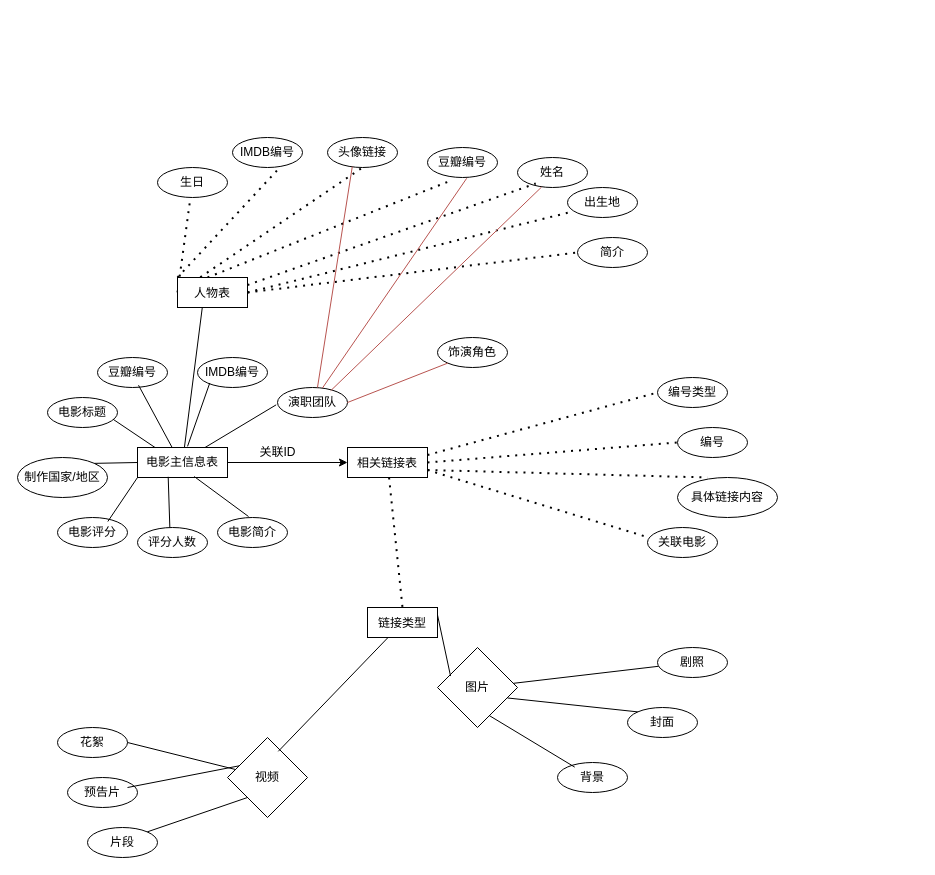
This is 未命名绘图.drawio from nikiok/honglou-datasets, a draw.io file, before an edit. Source tidied: cells renumbered, new cells numbered last; positions are measured from the earlier drawing's top-left corner, leaving out a move shared by most shapes. Both pictures are drawn from the tidied source at 100%, with x=0, y=0 at pixel (17, 137).
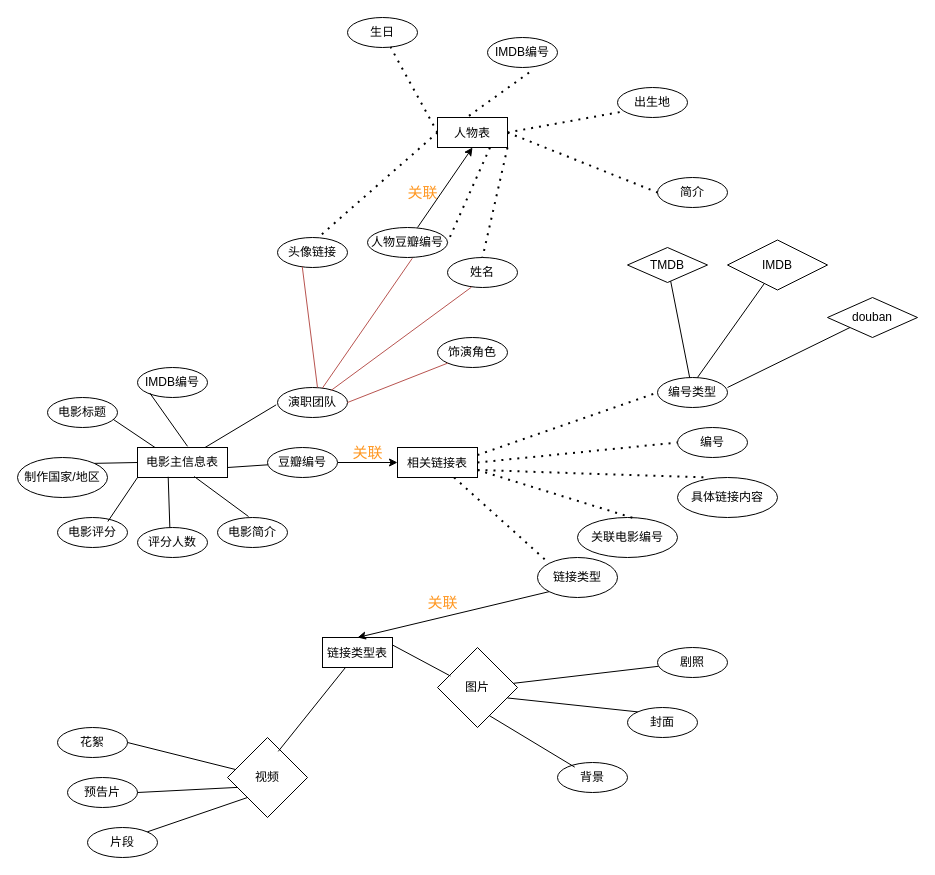
Above is the later version.

Commit message:
更新未命名绘图.drawio

The change refers to these unchanged cells:
```xml
<mxCell id="3" value="电影主信息表" style="rounded=0;whiteSpace=wrap;html=1;" parent="1" vertex="1">
  <mxGeometry x="120" y="310" width="90" height="30" as="geometry" />
</mxCell>
<mxCell id="22" value="编号类型" style="ellipse;whiteSpace=wrap;html=1;" parent="1" vertex="1">
  <mxGeometry x="640" y="240" width="70" height="30" as="geometry" />
</mxCell>
<mxCell id="28" value="预告片" style="ellipse;whiteSpace=wrap;html=1;" parent="1" vertex="1">
  <mxGeometry x="50" y="640" width="70" height="30" as="geometry" />
</mxCell>
<mxCell id="44" value="视频" style="rhombus;whiteSpace=wrap;html=1;strokeColor=default;align=center;verticalAlign=middle;fontFamily=Helvetica;fontSize=12;fontColor=default;fillColor=default;" parent="1" vertex="1">
  <mxGeometry x="210" y="600" width="80" height="80" as="geometry" />
</mxCell>
```

Diff of the diagram source:
```diff
@@
-    <mxCell id="2" style="edgeStyle=orthogonalEdgeStyle;rounded=0;jettySize=auto;html=1;entryX=0;entryY=0.5;entryDx=0;entryDy=0;fontFamily=Helvetica;fontSize=12;fontColor=default;" parent="1" edge="1" source="3" target="12">
-      <mxGeometry relative="1" as="geometry" />
-    </mxCell>
@@
+    <mxCell id="69" style="edgeStyle=orthogonalEdgeStyle;rounded=0;jettySize=auto;html=1;fontFamily=Helvetica;fontSize=12;fontColor=default;" parent="1" edge="1" source="9" target="12">
+      <mxGeometry relative="1" as="geometry" />
+    </mxCell>
     <mxCell id="9" value="豆瓣编号" style="ellipse;whiteSpace=wrap;html=1;" parent="1" vertex="1">
-      <mxGeometry x="80" y="220" width="70" height="30" as="geometry" />
+      <mxGeometry x="250" y="310" width="70" height="30" as="geometry" />
     </mxCell>
     <mxCell id="10" value="IMDB编号" style="ellipse;whiteSpace=wrap;html=1;" parent="1" vertex="1">
-      <mxGeometry x="180" y="220" width="70" height="30" as="geometry" />
+      <mxGeometry x="120" y="230" width="70" height="30" as="geometry" />
     </mxCell>
@@
-    <mxCell id="12" value="相关链接表" style="%3CmxGraphModel%3E%3Croot%3E%3CmxCell%20id%3D%220%22%2F%3E%3CmxCell%20id%3D%221%22%20parent%3D%220%22%2F%3E%3CmxCell%20id%3D%222%22%20value%3D%22%E7%9B%B8%E5%85%B3%E8%A7%86%E9%A2%91%E9%93%BE%E6%8E%A5%22%20style%3D%22ellipse%3BwhiteSpace%3Dwrap%3Bhtml%3D1%3B%22%20vertex%3D%221%22%20parent%3D%221%22%3E%3CmxGeometry%20x%3D%22310%22%20y%3D%22170%22%20width%3D%2280%22%20height%3D%2240%22%20as%3D%22geometry%22%2F%3E%3C%2FmxCell%3E%3C%2Froot%3E%3C%2FmxGraphModel%3E;" parent="1" vertex="1">
-      <mxGeometry x="330" y="310" width="80" height="30" as="geometry" />
-    </mxCell>
@@
-    <mxCell id="14" style="endArrow=none;html=1;rounded=0;entryX=0.586;entryY=0.924;entryDx=0;entryDy=0;entryPerimeter=0;exitX=0.386;exitY=0.007;exitDx=0;exitDy=0;exitPerimeter=0;" parent="1" edge="1" source="3" target="9">
-      <mxGeometry relative="1" as="geometry" />
+    <mxCell id="14" style="endArrow=none;html=1;rounded=0;" parent="1" edge="1" target="9">
+      <mxGeometry relative="1" as="geometry">
+        <mxPoint x="210" y="330" as="sourcePoint" />
+      </mxGeometry>
     </mxCell>
@@
-    <mxCell id="21" value="豆瓣编号" style="ellipse;whiteSpace=wrap;html=1;" parent="1" vertex="1">
-      <mxGeometry x="410" y="10" width="70" height="30" as="geometry" />
+    <mxCell id="21" value="人物豆瓣编号" style="ellipse;whiteSpace=wrap;html=1;" parent="1" vertex="1">
+      <mxGeometry x="350" y="90" width="80" height="30" as="geometry" />
     </mxCell>
@@
     <mxCell id="24" value="头像链接" style="ellipse;whiteSpace=wrap;html=1;" parent="1" vertex="1">
-      <mxGeometry x="310" width="70" height="30" as="geometry" />
+      <mxGeometry x="260" y="100" width="70" height="30" as="geometry" />
     </mxCell>
     <mxCell id="25" value="姓名" style="ellipse;whiteSpace=wrap;html=1;" parent="1" vertex="1">
-      <mxGeometry x="500" y="20" width="70" height="30" as="geometry" />
+      <mxGeometry x="430" y="120" width="70" height="30" as="geometry" />
     </mxCell>
@@
-    <mxCell id="33" style="endArrow=none;dashed=1;html=1;dashPattern=1 3;strokeWidth=2;rounded=0;entryX=0.5;entryY=0;entryDx=0;entryDy=0;" parent="1" edge="1" source="12" target="35">
+    <mxCell id="33" style="endArrow=none;dashed=1;html=1;dashPattern=1 3;strokeWidth=2;rounded=0;entryX=0;entryY=0;entryDx=0;entryDy=0;" parent="1" edge="1" source="12" target="70">
       <mxGeometry relative="1" as="geometry" />
     </mxCell>
@@
-    <mxCell id="35" value="链接类型" style="%3CmxGraphModel%3E%3Croot%3E%3CmxCell%20id%3D%220%22%2F%3E%3CmxCell%20id%3D%221%22%20parent%3D%220%22%2F%3E%3CmxCell%20id%3D%222%22%20value%3D%22%22%20style%3D%22endArrow%3Dnone%3Bhtml%3D1%3Brounded%3D0%3BentryX%3D-0.019%3BentryY%3D0.578%3BentryDx%3D0%3BentryDy%3D0%3BentryPerimeter%3D0%3BexitX%3D0.75%3BexitY%3D0%3BexitDx%3D0%3BexitDy%3D0%3B%22%20edge%3D%221%22%20parent%3D%221%22%3E%3CmxGeometry%20width%3D%2250%22%20height%3D%2250%22%20relative%3D%221%22%20as%3D%22geometry%22%3E%3CmxPoint%20x%3D%22218%22%20y%3D%22170%22%20as%3D%22sourcePoint%22%2F%3E%3CmxPoint%20x%3D%22289%22%20y%3D%22127%22%20as%3D%22targetPoint%22%2F%3E%3C%2FmxGeometry%3E%3C%2FmxCell%3E%3C%2Froot%3E%3C%2FmxGraphModel%3E;" parent="1" vertex="1">
-      <mxGeometry x="350" y="470" width="70" height="30" as="geometry" />
+    <mxCell id="35" value="链接类型表" style="%3CmxGraphModel%3E%3Croot%3E%3CmxCell%20id%3D%220%22%2F%3E%3CmxCell%20id%3D%221%22%20parent%3D%220%22%2F%3E%3CmxCell%20id%3D%222%22%20value%3D%22%22%20style%3D%22endArrow%3Dnone%3Bhtml%3D1%3Brounded%3D0%3BentryX%3D-0.019%3BentryY%3D0.578%3BentryDx%3D0%3BentryDy%3D0%3BentryPerimeter%3D0%3BexitX%3D0.75%3BexitY%3D0%3BexitDx%3D0%3BexitDy%3D0%3B%22%20edge%3D%221%22%20parent%3D%221%22%3E%3CmxGeometry%20width%3D%2250%22%20height%3D%2250%22%20relative%3D%221%22%20as%3D%22geometry%22%3E%3CmxPoint%20x%3D%22218%22%20y%3D%22170%22%20as%3D%22sourcePoint%22%2F%3E%3CmxPoint%20x%3D%22289%22%20y%3D%22127%22%20as%3D%22targetPoint%22%2F%3E%3C%2FmxGeometry%3E%3C%2FmxCell%3E%3C%2Froot%3E%3C%2FmxGraphModel%3E;" parent="1" vertex="1">
+      <mxGeometry x="305" y="500" width="70" height="30" as="geometry" />
     </mxCell>
-    <mxCell id="36" value="关联电影" style="ellipse;whiteSpace=wrap;html=1;" parent="1" vertex="1">
-      <mxGeometry x="630" y="390" width="70" height="30" as="geometry" />
+    <mxCell id="36" value="关联电影编号" style="ellipse;whiteSpace=wrap;html=1;" parent="1" vertex="1">
+      <mxGeometry x="560" y="380" width="100" height="40" as="geometry" />
     </mxCell>
-    <mxCell id="37" style="endArrow=none;dashed=1;html=1;dashPattern=1 3;strokeWidth=2;rounded=0;entryX=0;entryY=0.322;entryDx=0;entryDy=0;exitX=1;exitY=0.75;exitDx=0;exitDy=0;entryPerimeter=0;" parent="1" edge="1" source="12" target="36">
+    <mxCell id="37" style="endArrow=none;dashed=1;html=1;dashPattern=1 3;strokeWidth=2;rounded=0;entryX=0.594;entryY=0.041;entryDx=0;entryDy=0;exitX=1;exitY=0.75;exitDx=0;exitDy=0;entryPerimeter=0;" parent="1" edge="1" source="12" target="36">
       <mxGeometry relative="1" as="geometry" />
     </mxCell>
@@
-    <mxCell id="42" style="endArrow=none;html=1;rounded=0;fontFamily=Helvetica;fontSize=12;fontColor=default;entryX=0.219;entryY=0.34;entryDx=0;entryDy=0;entryPerimeter=0;" parent="1" edge="1" target="44">
-      <mxGeometry relative="1" as="geometry">
-        <mxPoint x="110" y="650" as="sourcePoint" />
-      </mxGeometry>
+    <mxCell id="42" style="endArrow=none;html=1;rounded=0;fontFamily=Helvetica;fontSize=12;fontColor=default;entryX=0.138;entryY=0.623;entryDx=0;entryDy=0;entryPerimeter=0;exitX=1;exitY=0.5;exitDx=0;exitDy=0;" parent="1" edge="1" source="28" target="44">
+      <mxGeometry relative="1" as="geometry" />
     </mxCell>
@@
-    <mxCell id="51" value="关联ID" style="text;html=1;align=center;verticalAlign=middle;strokeColor=none;fillColor=none;fontFamily=Helvetica;fontSize=12;fontColor=default;" parent="1" vertex="1">
-      <mxGeometry x="230" y="300" width="60" height="30" as="geometry" />
-    </mxCell>
@@
     <mxCell id="53" value="IMDB编号" style="ellipse;whiteSpace=wrap;html=1;" parent="1" vertex="1">
-      <mxGeometry x="215" width="70" height="30" as="geometry" />
+      <mxGeometry x="470" y="-100" width="70" height="30" as="geometry" />
     </mxCell>
     <mxCell id="54" value="生日" style="ellipse;whiteSpace=wrap;html=1;" parent="1" vertex="1">
-      <mxGeometry x="140" y="30" width="70" height="30" as="geometry" />
+      <mxGeometry x="330" y="-120" width="70" height="30" as="geometry" />
     </mxCell>
     <mxCell id="55" value="出生地" style="ellipse;whiteSpace=wrap;html=1;" parent="1" vertex="1">
-      <mxGeometry x="550" y="50" width="70" height="30" as="geometry" />
+      <mxGeometry x="600" y="-50" width="70" height="30" as="geometry" />
     </mxCell>
     <mxCell id="56" value="简介" style="ellipse;whiteSpace=wrap;html=1;" parent="1" vertex="1">
-      <mxGeometry x="560" y="100" width="70" height="30" as="geometry" />
+      <mxGeometry x="640" y="40" width="70" height="30" as="geometry" />
     </mxCell>
-    <mxCell id="57" style="endArrow=none;html=1;rounded=0;entryX=0.354;entryY=1.005;entryDx=0;entryDy=0;entryPerimeter=0;" parent="1" edge="1" source="3" target="68">
-      <mxGeometry relative="1" as="geometry" />
-    </mxCell>
-    <mxCell id="58" style="endArrow=none;dashed=1;html=1;dashPattern=1 3;strokeWidth=2;rounded=0;entryX=0.354;entryY=1.085;entryDx=0;entryDy=0;exitX=0.429;exitY=0;exitDx=0;exitDy=0;entryPerimeter=0;exitPerimeter=0;" parent="1" edge="1" source="68" target="21">
-      <mxGeometry relative="1" as="geometry" />
-    </mxCell>
-    <mxCell id="59" style="endArrow=none;dashed=1;html=1;dashPattern=1 3;strokeWidth=2;rounded=0;entryX=0.261;entryY=0.867;entryDx=0;entryDy=0;exitX=1;exitY=0.25;exitDx=0;exitDy=0;entryPerimeter=0;" parent="1" edge="1" source="68" target="25">
-      <mxGeometry relative="1" as="geometry" />
-    </mxCell>
@@
-    <mxCell id="62" style="endArrow=none;dashed=1;html=1;dashPattern=1 3;strokeWidth=2;rounded=0;entryX=0.5;entryY=1;entryDx=0;entryDy=0;exitX=0.325;exitY=-0.007;exitDx=0;exitDy=0;exitPerimeter=0;" parent="1" edge="1" source="68" target="24">
-      <mxGeometry relative="1" as="geometry" />
-    </mxCell>
-    <mxCell id="63" style="endArrow=none;dashed=1;html=1;dashPattern=1 3;strokeWidth=2;rounded=0;entryX=0.637;entryY=1.097;entryDx=0;entryDy=0;entryPerimeter=0;exitX=0;exitY=0;exitDx=0;exitDy=0;" parent="1" edge="1" source="68" target="53">
+    <mxCell id="63" style="endArrow=none;dashed=1;html=1;dashPattern=1 3;strokeWidth=2;rounded=0;entryX=0.637;entryY=1.097;entryDx=0;entryDy=0;entryPerimeter=0;exitX=0.357;exitY=0.1;exitDx=0;exitDy=0;exitPerimeter=0;" parent="1" edge="1" source="68" target="53">
       <mxGeometry relative="1" as="geometry" />
     </mxCell>
@@
     <mxCell id="68" value="人物表" style="%3CmxGraphModel%3E%3Croot%3E%3CmxCell%20id%3D%220%22%2F%3E%3CmxCell%20id%3D%221%22%20parent%3D%220%22%2F%3E%3CmxCell%20id%3D%222%22%20value%3D%22%E7%9B%B8%E5%85%B3%E8%A7%86%E9%A2%91%E9%93%BE%E6%8E%A5%22%20style%3D%22ellipse%3BwhiteSpace%3Dwrap%3Bhtml%3D1%3B%22%20vertex%3D%221%22%20parent%3D%221%22%3E%3CmxGeometry%20x%3D%22310%22%20y%3D%22170%22%20width%3D%2280%22%20height%3D%2240%22%20as%3D%22geometry%22%2F%3E%3C%2FmxCell%3E%3C%2Froot%3E%3C%2FmxGraphModel%3E;" parent="1" vertex="1">
-      <mxGeometry x="160" y="140" width="70" height="30" as="geometry" />
+      <mxGeometry x="420" y="-20" width="70" height="30" as="geometry" />
     </mxCell>
+    <mxCell id="70" value="链接类型" style="ellipse;whiteSpace=wrap;html=1;" parent="1" vertex="1">
+      <mxGeometry x="520" y="420" width="80" height="40" as="geometry" />
+    </mxCell>
+    <mxCell id="71" style="endArrow=classic;html=1;rounded=0;fontFamily=Helvetica;fontSize=12;fontColor=default;entryX=0.5;entryY=0;entryDx=0;entryDy=0;exitX=0;exitY=1;exitDx=0;exitDy=0;" parent="1" edge="1" source="70" target="35">
+      <mxGeometry relative="1" as="geometry" />
+    </mxCell>
+    <mxCell id="72" style="endArrow=classic;html=1;rounded=0;fontFamily=Helvetica;fontSize=12;fontColor=default;entryX=0.5;entryY=1;entryDx=0;entryDy=0;" parent="1" edge="1" target="68">
+      <mxGeometry relative="1" as="geometry">
+        <mxPoint x="400" y="90" as="sourcePoint" />
+      </mxGeometry>
+    </mxCell>
+    <mxCell id="62" style="endArrow=none;dashed=1;html=1;dashPattern=1 3;strokeWidth=2;rounded=0;exitX=0;exitY=0.5;exitDx=0;exitDy=0;entryX=0.614;entryY=-0.067;entryDx=0;entryDy=0;entryPerimeter=0;" parent="1" edge="1" source="68" target="24">
+      <mxGeometry relative="1" as="geometry" />
+    </mxCell>
+    <mxCell id="59" style="endArrow=none;dashed=1;html=1;dashPattern=1 3;strokeWidth=2;rounded=0;exitX=1;exitY=1;exitDx=0;exitDy=0;entryX=0.5;entryY=0;entryDx=0;entryDy=0;" parent="1" edge="1" source="68" target="25">
+      <mxGeometry relative="1" as="geometry" />
+    </mxCell>
+    <mxCell id="58" style="endArrow=none;dashed=1;html=1;dashPattern=1 3;strokeWidth=2;rounded=0;exitX=0.75;exitY=1;exitDx=0;exitDy=0;entryX=1;entryY=0.5;entryDx=0;entryDy=0;" parent="1" edge="1" source="68" target="21">
+      <mxGeometry relative="1" as="geometry" />
+    </mxCell>
+    <mxCell id="73" value="IMDB" style="rhombus;whiteSpace=wrap;html=1;strokeColor=default;align=center;verticalAlign=middle;fontFamily=Helvetica;fontSize=12;fontColor=default;fillColor=default;" parent="1" vertex="1">
+      <mxGeometry x="710" y="102.5" width="100" height="50" as="geometry" />
+    </mxCell>
+    <mxCell id="74" value="douban" style="rhombus;whiteSpace=wrap;html=1;strokeColor=default;align=center;verticalAlign=middle;fontFamily=Helvetica;fontSize=12;fontColor=default;fillColor=default;" parent="1" vertex="1">
+      <mxGeometry x="810" y="160" width="90" height="40" as="geometry" />
+    </mxCell>
+    <mxCell id="75" value="TMDB" style="rhombus;whiteSpace=wrap;html=1;strokeColor=default;align=center;verticalAlign=middle;fontFamily=Helvetica;fontSize=12;fontColor=default;fillColor=default;" parent="1" vertex="1">
+      <mxGeometry x="610" y="110" width="80" height="35" as="geometry" />
+    </mxCell>
+    <mxCell id="76" style="endArrow=none;html=1;rounded=0;fontFamily=Helvetica;fontSize=12;fontColor=default;" parent="1" edge="1" source="22" target="75">
+      <mxGeometry relative="1" as="geometry" />
+    </mxCell>
+    <mxCell id="77" style="endArrow=none;html=1;rounded=0;fontFamily=Helvetica;fontSize=12;fontColor=default;exitX=0.571;exitY=0;exitDx=0;exitDy=0;exitPerimeter=0;" parent="1" edge="1" source="22" target="73">
+      <mxGeometry relative="1" as="geometry" />
+    </mxCell>
+    <mxCell id="78" style="endArrow=none;html=1;rounded=0;fontFamily=Helvetica;fontSize=12;fontColor=default;exitX=1;exitY=0.333;exitDx=0;exitDy=0;exitPerimeter=0;entryX=0;entryY=1;entryDx=0;entryDy=0;" parent="1" edge="1" source="22" target="74">
+      <mxGeometry relative="1" as="geometry" />
+    </mxCell>
+    <mxCell id="79" value="&lt;font color=&quot;#ff9721&quot; style=&quot;font-size: 15px;&quot;&gt;关联&lt;/font&gt;" style="text;html=1;align=center;verticalAlign=middle;strokeColor=none;fillColor=none;fontFamily=Helvetica;fontSize=12;fontColor=default;" parent="1" vertex="1">
+      <mxGeometry x="380" y="40" width="50" height="30" as="geometry" />
+    </mxCell>
+    <mxCell id="80" value="&lt;span style=&quot;color: rgb(255, 151, 33); font-size: 15px;&quot;&gt;关联&lt;/span&gt;" style="text;html=1;align=center;verticalAlign=middle;strokeColor=none;fillColor=none;fontFamily=Helvetica;fontSize=12;fontColor=default;" parent="1" vertex="1">
+      <mxGeometry x="400" y="450" width="50" height="30" as="geometry" />
+    </mxCell>
+    <mxCell id="12" value="相关链接表" style="%3CmxGraphModel%3E%3Croot%3E%3CmxCell%20id%3D%220%22%2F%3E%3CmxCell%20id%3D%221%22%20parent%3D%220%22%2F%3E%3CmxCell%20id%3D%222%22%20value%3D%22%E7%9B%B8%E5%85%B3%E8%A7%86%E9%A2%91%E9%93%BE%E6%8E%A5%22%20style%3D%22ellipse%3BwhiteSpace%3Dwrap%3Bhtml%3D1%3B%22%20vertex%3D%221%22%20parent%3D%221%22%3E%3CmxGeometry%20x%3D%22310%22%20y%3D%22170%22%20width%3D%2280%22%20height%3D%2240%22%20as%3D%22geometry%22%2F%3E%3C%2FmxCell%3E%3C%2Froot%3E%3C%2FmxGraphModel%3E;" parent="1" vertex="1">
+      <mxGeometry x="380" y="310" width="80" height="30" as="geometry" />
+    </mxCell>
+    <mxCell id="81" value="&lt;span style=&quot;color: rgb(255, 151, 33); font-size: 15px;&quot;&gt;关联&lt;/span&gt;" style="text;html=1;align=center;verticalAlign=middle;strokeColor=none;fillColor=none;fontFamily=Helvetica;fontSize=12;fontColor=default;" parent="1" vertex="1">
+      <mxGeometry x="325" y="300" width="50" height="30" as="geometry" />
+    </mxCell>
```
